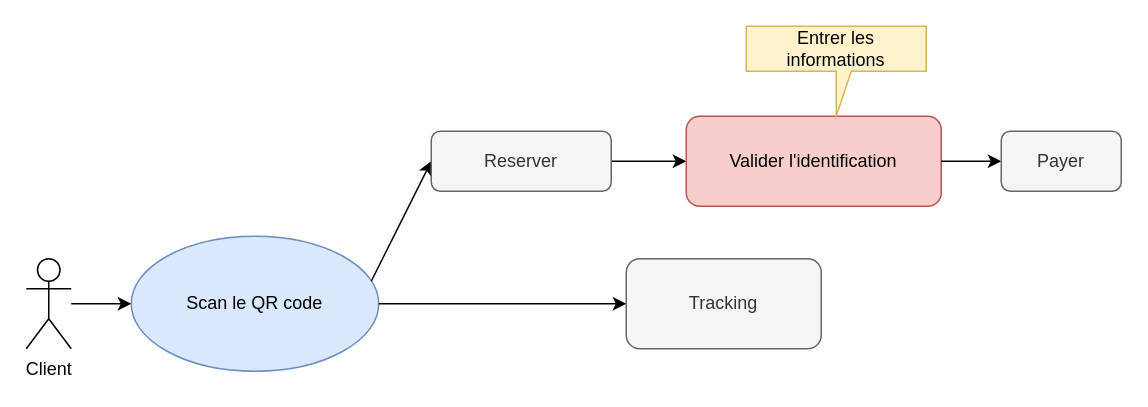
IsmailZi/restoAppPublic keeps this draw.io diagram as bus delivery.drawio. Above is the earlier version. Source tidied: cells renumbered, new cells numbered last; positions are measured from the earlier drawing's top-left corner, leaving out a move shared by most shapes. Both pictures are drawn from the tidied source at 150%, with x=0, y=0 at pixel (26, 26).
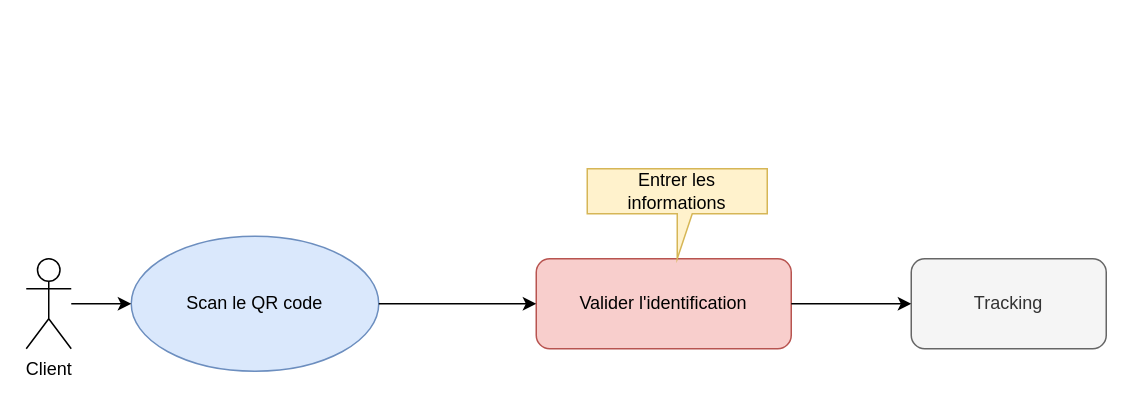
The same page after the edit.

Commit message:
Mettre à jour bus delivery.drawio

Diff of the diagram source:
```diff
@@
 <mxGraphModel>
   <root>
     <mxCell id="0" />
     <mxCell id="1" parent="0" />
     <mxCell id="2" value="Scan le QR code" style="ellipse;whiteSpace=wrap;html=1;fillColor=#dae8fc;strokeColor=#6c8ebf;" parent="1" vertex="1">
       <mxGeometry x="70" y="140" width="165" height="90" as="geometry" />
     </mxCell>
     <mxCell id="3" value="Client" style="shape=umlActor;verticalLabelPosition=bottom;verticalAlign=top;html=1;" parent="1" vertex="1">
       <mxGeometry y="155" width="30" height="60" as="geometry" />
     </mxCell>
-    <mxCell id="4" style="endArrow=classic;html=1;rounded=0;entryX=0;entryY=0.5;entryDx=0;entryDy=0;" parent="1" edge="1" source="12" target="6">
-      <mxGeometry relative="1" as="geometry" />
-    </mxCell>
     <mxCell id="5" style="endArrow=classic;html=1;rounded=0;entryX=0;entryY=0.5;entryDx=0;entryDy=0;" parent="1" edge="1" target="2">
       <mxGeometry relative="1" as="geometry">
         <mxPoint x="30" y="185" as="sourcePoint" />
       </mxGeometry>
     </mxCell>
     <mxCell id="6" value="Valider l'identification" style="rounded=1;whiteSpace=wrap;html=1;fillColor=#f8cecc;strokeColor=#b85450;" parent="1" vertex="1">
-      <mxGeometry x="440" y="60" width="170" height="60" as="geometry" />
+      <mxGeometry x="340" y="155" width="170" height="60" as="geometry" />
     </mxCell>
     <mxCell id="7" value="Tracking" style="rounded=1;whiteSpace=wrap;html=1;fillColor=#f5f5f5;fontColor=#333333;strokeColor=#666666;" parent="1" vertex="1">
-      <mxGeometry x="400" y="155" width="130" height="60" as="geometry" />
+      <mxGeometry x="590" y="155" width="130" height="60" as="geometry" />
     </mxCell>
-    <mxCell id="8" style="endArrow=classic;html=1;rounded=0;exitX=1;exitY=0.5;exitDx=0;exitDy=0;" parent="1" edge="1" source="6">
-      <mxGeometry relative="1" as="geometry">
-        <mxPoint x="650" y="90" as="targetPoint" />
-      </mxGeometry>
+    <mxCell id="8" style="endArrow=classic;html=1;rounded=0;exitX=1;exitY=0.5;exitDx=0;exitDy=0;entryX=0;entryY=0.5;entryDx=0;entryDy=0;" parent="1" edge="1" source="6" target="7">
+      <mxGeometry relative="1" as="geometry" />
     </mxCell>
     <mxCell id="9" value="Entrer les informations" style="shape=callout;whiteSpace=wrap;html=1;perimeter=calloutPerimeter;position2=0.5;base=10;fillColor=#fff2cc;strokeColor=#d6b656;" parent="1" vertex="1">
-      <mxGeometry x="480" width="120" height="60" as="geometry" />
+      <mxGeometry x="374" y="95" width="120" height="60" as="geometry" />
     </mxCell>
-    <mxCell id="10" value="Payer" style="rounded=1;whiteSpace=wrap;html=1;fillColor=#f5f5f5;fontColor=#333333;strokeColor=#666666;" parent="1" vertex="1">
-      <mxGeometry x="650" y="70" width="80" height="40" as="geometry" />
-    </mxCell>
-    <mxCell id="11" style="endArrow=classic;html=1;rounded=0;entryX=0;entryY=0.5;entryDx=0;entryDy=0;" parent="1" edge="1" target="12">
-      <mxGeometry relative="1" as="geometry">
-        <mxPoint x="230" y="170" as="sourcePoint" />
-      </mxGeometry>
-    </mxCell>
-    <mxCell id="12" value="Reserver" style="rounded=1;whiteSpace=wrap;html=1;fillColor=#f5f5f5;fontColor=#333333;strokeColor=#666666;" parent="1" vertex="1">
-      <mxGeometry x="270" y="70" width="120" height="40" as="geometry" />
-    </mxCell>
-    <mxCell id="13" style="endArrow=classic;html=1;rounded=0;entryX=0;entryY=0.5;entryDx=0;entryDy=0;" parent="1" edge="1" target="7">
+    <mxCell id="13" style="endArrow=classic;html=1;rounded=0;" parent="1" edge="1">
       <mxGeometry relative="1" as="geometry">
         <mxPoint x="235" y="185" as="sourcePoint" />
+        <mxPoint x="340" y="185" as="targetPoint" />
       </mxGeometry>
     </mxCell>
   </root>
 </mxGraphModel>
```
